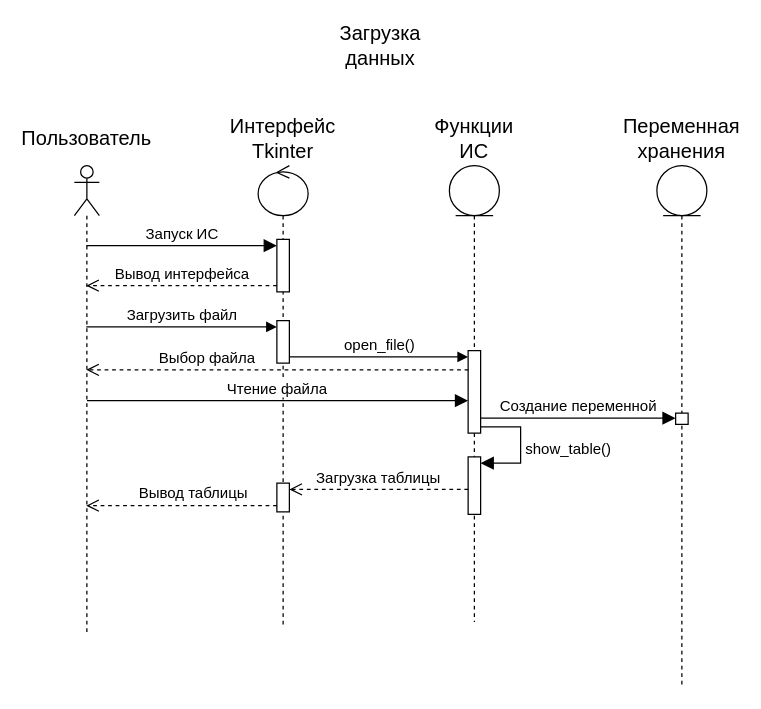
Before: page "(Таблица) Загрузка данных" (1 of 4) of diagrams/Последовательность.drawio in blk-kakadu-114/VKR, a draw.io diagram. Source tidied: cells renumbered, new cells numbered last; positions are measured from the earlier drawing's top-left corner, leaving out a move shared by most shapes. Both pictures are drawn from the tidied source at 125%, with x=0, y=0 at pixel (49, 26).
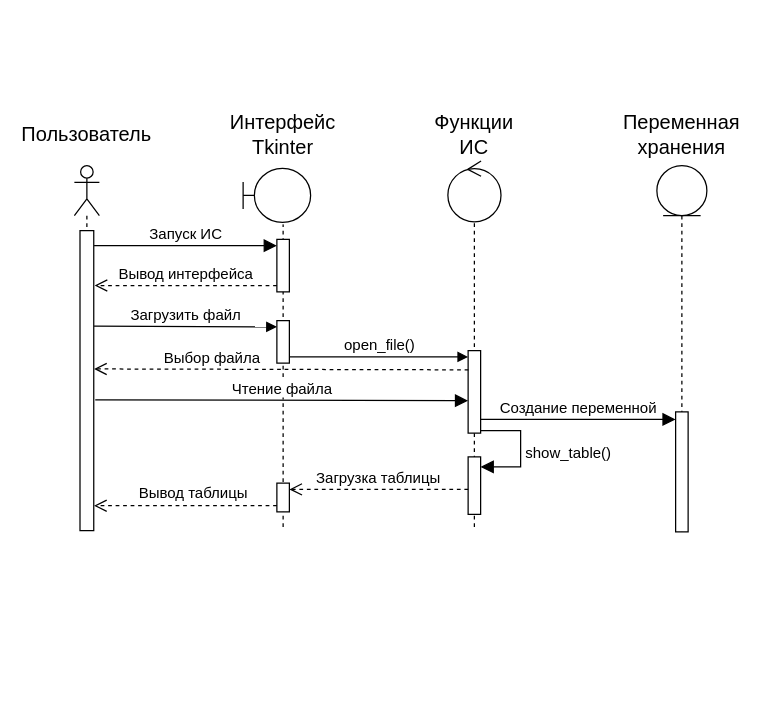
After the change.

Unchanged cells that the change refers to:
```xml
<mxCell id="5" style="html=1;points=[[0,0,0,0,5],[0,1,0,0,-5],[1,0,0,0,5],[1,1,0,0,-5]];perimeter=orthogonalPerimeter;outlineConnect=0;targetShapes=umlLifeline;portConstraint=eastwest;newEdgeStyle={&quot;curved&quot;:0,&quot;rounded&quot;:0};" parent="4" vertex="1">
  <mxGeometry x="15" y="59" width="10" height="42" as="geometry" />
</mxCell>
<mxCell id="6" style="html=1;points=[[0,0,0,0,5],[0,1,0,0,-5],[1,0,0,0,5],[1,1,0,0,-5]];perimeter=orthogonalPerimeter;outlineConnect=0;targetShapes=umlLifeline;portConstraint=eastwest;newEdgeStyle={&quot;curved&quot;:0,&quot;rounded&quot;:0};" parent="4" vertex="1">
  <mxGeometry x="15" y="124" width="10" height="34" as="geometry" />
</mxCell>
<mxCell id="9" style="html=1;points=[[0,0,0,0,5],[0,1,0,0,-5],[1,0,0,0,5],[1,1,0,0,-5]];perimeter=orthogonalPerimeter;outlineConnect=0;targetShapes=umlLifeline;portConstraint=eastwest;newEdgeStyle={&quot;curved&quot;:0,&quot;rounded&quot;:0};" parent="8" vertex="1">
  <mxGeometry x="15" y="148" width="10" height="66" as="geometry" />
</mxCell>
<mxCell id="10" style="html=1;points=[[0,0,0,0,5],[0,1,0,0,-5],[1,0,0,0,5],[1,1,0,0,-5]];perimeter=orthogonalPerimeter;outlineConnect=0;targetShapes=umlLifeline;portConstraint=eastwest;newEdgeStyle={&quot;curved&quot;:0,&quot;rounded&quot;:0};" parent="8" vertex="1">
  <mxGeometry x="15" y="233" width="10" height="46" as="geometry" />
</mxCell>
```

The edit, as a diff of the source:
```diff
@@
-    <mxCell id="2" value="Загрузка данных" style="text;html=1;align=center;verticalAlign=middle;whiteSpace=wrap;rounded=0;fontSize=16;" parent="1" vertex="1">
-      <mxGeometry x="235" width="60" height="30" as="geometry" />
-    </mxCell>
     <mxCell id="3" style="shape=umlLifeline;perimeter=lifelinePerimeter;whiteSpace=wrap;html=1;outlineConnect=0;portConstraint=eastwest;newEdgeStyle={&quot;curved&quot;:0,&quot;rounded&quot;:0};participant=umlActor;" parent="1" vertex="1">
-      <mxGeometry x="20" y="111" width="20" height="376" as="geometry" />
+      <mxGeometry x="20" y="111" width="20" height="289" as="geometry" />
     </mxCell>
     <mxCell id="4" style="shape=umlLifeline;perimeter=lifelinePerimeter;whiteSpace=wrap;html=1;newEdgeStyle={&quot;curved&quot;:0,&quot;rounded&quot;:0};participant=umlControl;" parent="1" vertex="1">
-      <mxGeometry x="167" y="111" width="40" height="368" as="geometry" />
+      <mxGeometry x="167" y="111" width="40" height="292" as="geometry" />
     </mxCell>
@@
     <mxCell id="8" style="shape=umlLifeline;perimeter=lifelinePerimeter;whiteSpace=wrap;html=1;newEdgeStyle={&quot;curved&quot;:0,&quot;rounded&quot;:0};participant=umlEntity;" parent="1" vertex="1">
-      <mxGeometry x="320" y="111" width="40" height="365" as="geometry" />
+      <mxGeometry x="320" y="111" width="40" height="290" as="geometry" />
     </mxCell>
@@
-    <mxCell id="11" value="show_table()" style="html=1;verticalAlign=bottom;endArrow=block;curved=0;rounded=0;fontSize=12;startSize=8;endSize=8;exitX=1;exitY=1;exitDx=0;exitDy=-5;exitPerimeter=0;entryX=1;entryY=0;entryDx=0;entryDy=5;entryPerimeter=0;" parent="8" edge="1" source="9" target="10">
-      <mxGeometry x="0.27" y="38" relative="1" as="geometry">
-        <Array as="points">
-          <mxPoint x="57" y="209" />
-          <mxPoint x="57" y="238" />
-        </Array>
-      </mxGeometry>
-    </mxCell>
     <mxCell id="12" style="shape=umlLifeline;perimeter=lifelinePerimeter;whiteSpace=wrap;html=1;newEdgeStyle={&quot;curved&quot;:0,&quot;rounded&quot;:0};participant=umlEntity;" parent="1" vertex="1">
-      <mxGeometry x="486" y="111" width="40" height="417" as="geometry" />
+      <mxGeometry x="486" y="111" width="40" height="293" as="geometry" />
     </mxCell>
     <mxCell id="13" style="html=1;points=[[0,0,0,0,5],[0,1,0,0,-5],[1,0,0,0,5],[1,1,0,0,-5]];perimeter=orthogonalPerimeter;outlineConnect=0;targetShapes=umlLifeline;portConstraint=eastwest;newEdgeStyle={&quot;curved&quot;:0,&quot;rounded&quot;:0};" parent="12" vertex="1">
-      <mxGeometry x="15" y="198" width="10" height="9" as="geometry" />
+      <mxGeometry x="15" y="197" width="10" height="96" as="geometry" />
     </mxCell>
-    <mxCell id="14" value="Запуск ИС" style="html=1;verticalAlign=bottom;endArrow=block;curved=0;rounded=0;entryX=0;entryY=0;entryDx=0;entryDy=5;fontSize=12;startSize=8;endSize=8;" parent="1" edge="1" source="3" target="5">
+    <mxCell id="14" value="Запуск ИС" style="html=1;verticalAlign=bottom;endArrow=block;curved=0;rounded=0;entryX=0;entryY=0;entryDx=0;entryDy=5;fontSize=12;startSize=8;endSize=8;exitX=1.024;exitY=0.05;exitDx=0;exitDy=0;exitPerimeter=0;" parent="1" edge="1" source="28" target="5">
       <mxGeometry relative="1" as="geometry" />
     </mxCell>
-    <mxCell id="15" value="Вывод интерфейса" style="html=1;verticalAlign=bottom;endArrow=open;dashed=1;endSize=8;curved=0;rounded=0;exitX=0;exitY=1;exitDx=0;exitDy=-5;fontSize=12;" parent="1" edge="1" source="5" target="3">
+    <mxCell id="15" value="Вывод интерфейса" style="html=1;verticalAlign=bottom;endArrow=open;dashed=1;endSize=8;curved=0;rounded=0;exitX=0;exitY=1;exitDx=0;exitDy=-5;fontSize=12;entryX=1.067;entryY=0.183;entryDx=0;entryDy=0;entryPerimeter=0;" parent="1" edge="1" source="5" target="28">
       <mxGeometry relative="1" as="geometry" />
     </mxCell>
-    <mxCell id="16" value="Загрузить файл" style="html=1;verticalAlign=bottom;startArrow=none;endArrow=block;startSize=8;curved=0;rounded=0;entryX=0;entryY=0;entryDx=0;entryDy=5;fontSize=12;startFill=0;" parent="1" edge="1" source="3" target="6">
+    <mxCell id="16" value="Загрузить файл" style="html=1;verticalAlign=bottom;startArrow=none;endArrow=block;startSize=8;curved=0;rounded=0;entryX=0;entryY=0;entryDx=0;entryDy=5;fontSize=12;startFill=0;exitX=1.024;exitY=0.318;exitDx=0;exitDy=0;exitPerimeter=0;" parent="1" edge="1" source="28" target="6">
       <mxGeometry relative="1" as="geometry" />
     </mxCell>
@@
     <mxCell id="18" value="Пользователь" style="text;html=1;align=center;verticalAlign=middle;whiteSpace=wrap;rounded=0;fontSize=16;" parent="1" vertex="1">
-      <mxGeometry y="74" width="60" height="30" as="geometry" />
+      <mxGeometry y="71" width="60" height="30" as="geometry" />
     </mxCell>
     <mxCell id="19" value="Интерфейс Tkinter" style="text;html=1;align=center;verticalAlign=middle;whiteSpace=wrap;rounded=0;fontSize=16;" parent="1" vertex="1">
-      <mxGeometry x="157" y="74" width="60" height="30" as="geometry" />
+      <mxGeometry x="157" y="71" width="60" height="30" as="geometry" />
     </mxCell>
     <mxCell id="20" value="Функции ИС" style="text;html=1;align=center;verticalAlign=middle;whiteSpace=wrap;rounded=0;fontSize=16;" parent="1" vertex="1">
-      <mxGeometry x="310" y="74" width="60" height="30" as="geometry" />
+      <mxGeometry x="310" y="71" width="60" height="30" as="geometry" />
     </mxCell>
     <mxCell id="21" value="Переменная хранения" style="text;html=1;align=center;verticalAlign=middle;whiteSpace=wrap;rounded=0;fontSize=16;" parent="1" vertex="1">
-      <mxGeometry x="476" y="74" width="60" height="30" as="geometry" />
+      <mxGeometry x="476" y="71" width="60" height="30" as="geometry" />
     </mxCell>
-    <mxCell id="22" value="Чтение файла" style="html=1;verticalAlign=bottom;endArrow=block;curved=0;rounded=0;entryX=0;entryY=1;entryDx=0;entryDy=-5;fontSize=12;startSize=8;endSize=8;entryPerimeter=0;" parent="1" edge="1">
+    <mxCell id="22" value="Чтение файла" style="html=1;verticalAlign=bottom;endArrow=block;curved=0;rounded=0;entryX=0;entryY=1;entryDx=0;entryDy=-5;fontSize=12;startSize=8;endSize=8;entryPerimeter=0;exitX=1.11;exitY=0.564;exitDx=0;exitDy=0;exitPerimeter=0;" parent="1" edge="1" source="28">
       <mxGeometry relative="1" as="geometry">
-        <mxPoint x="30.1" y="299" as="sourcePoint" />
         <mxPoint x="335" y="299" as="targetPoint" />
       </mxGeometry>
     </mxCell>
@@
-    <mxCell id="24" style="html=1;verticalAlign=bottom;endArrow=open;dashed=1;endSize=8;curved=0;rounded=0;fontSize=12;" parent="1" edge="1" target="3">
+    <mxCell id="24" style="html=1;verticalAlign=bottom;endArrow=open;dashed=1;endSize=8;curved=0;rounded=0;fontSize=12;entryX=1.024;entryY=0.917;entryDx=0;entryDy=0;entryPerimeter=0;" parent="1" edge="1" target="28">
       <mxGeometry relative="1" as="geometry">
         <mxPoint x="182" y="383" as="sourcePoint" />
       </mxGeometry>
     </mxCell>
@@
-    <mxCell id="26" value="Выбор файла" style="html=1;verticalAlign=bottom;endArrow=open;dashed=1;endSize=8;curved=0;rounded=0;fontSize=12;exitX=0.02;exitY=0.233;exitDx=0;exitDy=0;exitPerimeter=0;" parent="1" edge="1" source="9" target="3">
+    <mxCell id="26" value="Выбор файла" style="html=1;verticalAlign=bottom;endArrow=open;dashed=1;endSize=8;curved=0;rounded=0;fontSize=12;exitX=0.02;exitY=0.233;exitDx=0;exitDy=0;exitPerimeter=0;entryX=1.024;entryY=0.461;entryDx=0;entryDy=0;entryPerimeter=0;" parent="1" edge="1" source="9" target="28">
       <mxGeometry x="0.37" relative="1" as="geometry" />
     </mxCell>
-    <mxCell id="27" value="Создание переменной" style="html=1;verticalAlign=bottom;endArrow=block;curved=0;rounded=0;fontSize=12;startSize=8;endSize=8;" parent="1" edge="1" target="13">
+    <mxCell id="27" value="Создание переменной" style="html=1;verticalAlign=bottom;endArrow=block;curved=0;rounded=0;fontSize=12;startSize=8;endSize=8;" parent="1" edge="1">
       <mxGeometry relative="1" as="geometry">
-        <mxPoint x="345" y="313" as="sourcePoint" />
+        <mxPoint x="345" y="314" as="sourcePoint" />
+        <mxPoint x="501" y="314" as="targetPoint" />
       </mxGeometry>
     </mxCell>
+    <mxCell id="28" style="rounded=0;whiteSpace=wrap;html=1;" parent="1" vertex="1">
+      <mxGeometry x="24.5" y="163" width="11" height="240" as="geometry" />
+    </mxCell>
+    <mxCell id="29" style="rounded=0;whiteSpace=wrap;html=1;strokeColor=none;" parent="1" vertex="1">
+      <mxGeometry x="135.5" y="109" width="98" height="49" as="geometry" />
+    </mxCell>
+    <mxCell id="30" style="shape=umlBoundary;whiteSpace=wrap;html=1;" parent="1" vertex="1">
+      <mxGeometry x="155" y="113.2" width="54" height="43.2" as="geometry" />
+    </mxCell>
+    <mxCell id="11" value="show_table()" style="html=1;verticalAlign=bottom;endArrow=block;curved=0;rounded=0;fontSize=12;startSize=8;endSize=8;exitX=1;exitY=1;exitDx=0;exitDy=-5;exitPerimeter=0;entryX=1;entryY=0;entryDx=0;entryDy=5;entryPerimeter=0;" parent="1" edge="1">
+      <mxGeometry x="0.27" y="38" relative="1" as="geometry">
+        <mxPoint x="345" y="323" as="sourcePoint" />
+        <mxPoint x="345" y="352" as="targetPoint" />
+        <Array as="points">
+          <mxPoint x="377" y="323" />
+          <mxPoint x="377" y="352" />
+        </Array>
+      </mxGeometry>
+    </mxCell>
+    <mxCell id="31" style="rounded=0;whiteSpace=wrap;html=1;strokeColor=none;" parent="1" vertex="1">
+      <mxGeometry x="291" y="107.3" width="98" height="49" as="geometry" />
+    </mxCell>
+    <mxCell id="32" style="ellipse;shape=umlControl;whiteSpace=wrap;html=1;" parent="1" vertex="1">
+      <mxGeometry x="318.8" y="107.3" width="42.5" height="48.6" as="geometry" />
+    </mxCell>
```
